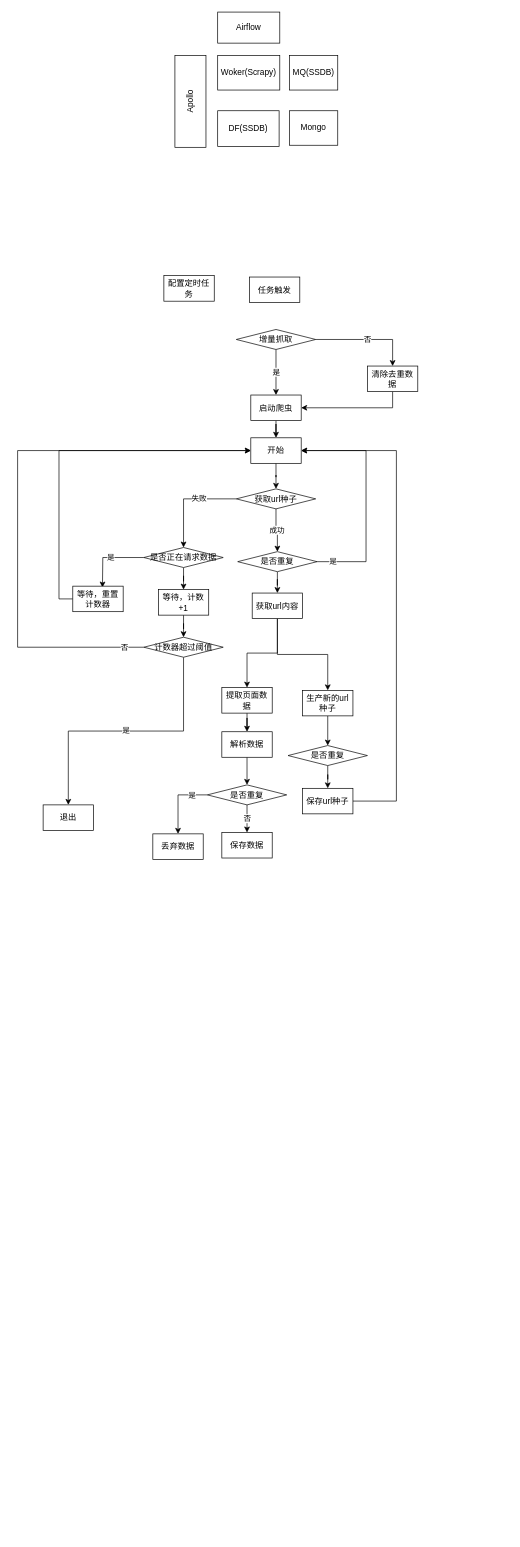
Earlier version of the draw.io diagram aaa.drawio (wiesel2/drawiorepo). Source tidied: cells renumbered, new cells numbered last; positions are measured from the earlier drawing's top-left corner, leaving out a move shared by most shapes. Both pictures are drawn from the tidied source at 69%, with x=0, y=0 at pixel (17, 12).
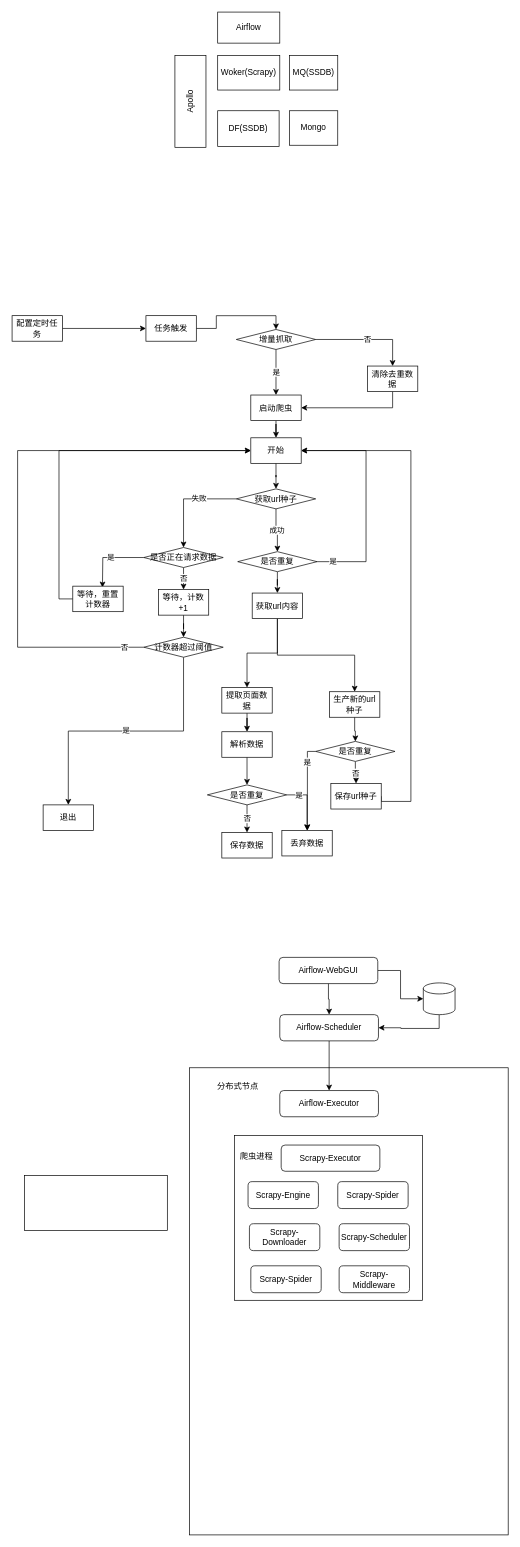
The same page after the edit.

Unchanged cells that the change refers to:
```xml
<mxCell id="12" value="增量抓取" style="rhombus;whiteSpace=wrap;html=1;" parent="1" vertex="1">
  <mxGeometry x="317" y="460" width="115" height="29" as="geometry" />
</mxCell>
<mxCell id="36" value="是否正在请求数据" style="rhombus;whiteSpace=wrap;html=1;" parent="1" vertex="1">
  <mxGeometry x="183" y="776" width="115" height="29" as="geometry" />
</mxCell>
<mxCell id="40" value="等待，计数+1" style="rounded=0;whiteSpace=wrap;html=1;" parent="1" vertex="1">
  <mxGeometry x="204" y="837" width="73" height="37" as="geometry" />
</mxCell>
<mxCell id="45" value="开始" style="rounded=0;whiteSpace=wrap;html=1;" parent="1" vertex="1">
  <mxGeometry x="338" y="617" width="73" height="37" as="geometry" />
</mxCell>
<mxCell id="53" value="是否重复" style="rhombus;whiteSpace=wrap;html=1;" parent="1" vertex="1">
  <mxGeometry x="275" y="1120" width="115" height="29" as="geometry" />
</mxCell>
```

What changed in the source:
```diff
@@
+    <mxCell id="56" style="rounded=0;whiteSpace=wrap;html=1;" parent="1" vertex="1">
+      <mxGeometry x="249" y="1530" width="462" height="677" as="geometry" />
+    </mxCell>
+    <mxCell id="57" style="rounded=0;whiteSpace=wrap;html=1;" parent="1" vertex="1">
+      <mxGeometry x="314.2" y="1628" width="272.5" height="239" as="geometry" />
+    </mxCell>
@@
+    <mxCell id="58" style="edgeStyle=orthogonalEdgeStyle;rounded=0;jettySize=auto;html=1;exitX=1;exitY=0.5;exitDx=0;exitDy=0;" parent="1" edge="1" source="8" target="9">
+      <mxGeometry relative="1" as="geometry" />
+    </mxCell>
     <mxCell id="8" value="配置定时任务" style="rounded=0;whiteSpace=wrap;html=1;" parent="1" vertex="1">
-      <mxGeometry x="212" y="382" width="73" height="37" as="geometry" />
+      <mxGeometry x="-8" y="440" width="73" height="37" as="geometry" />
     </mxCell>
+    <mxCell id="59" style="edgeStyle=orthogonalEdgeStyle;rounded=0;jettySize=auto;html=1;exitX=1;exitY=0.5;exitDx=0;exitDy=0;entryX=0.5;entryY=0;entryDx=0;entryDy=0;" parent="1" edge="1" source="9" target="12">
+      <mxGeometry relative="1" as="geometry" />
+    </mxCell>
     <mxCell id="9" value="任务触发" style="rounded=0;whiteSpace=wrap;html=1;" parent="1" vertex="1">
-      <mxGeometry x="336" y="384" width="73" height="37" as="geometry" />
+      <mxGeometry x="186" y="440" width="73" height="37" as="geometry" />
     </mxCell>
@@
     <mxCell id="27" value="生产新的url种子" style="rounded=0;whiteSpace=wrap;html=1;" parent="1" vertex="1">
-      <mxGeometry x="413" y="983" width="73" height="37" as="geometry" />
+      <mxGeometry x="452" y="985" width="73" height="37" as="geometry" />
     </mxCell>
     <mxCell id="28" style="edgeStyle=orthogonalEdgeStyle;rounded=0;jettySize=auto;html=1;exitX=1;exitY=0.5;exitDx=0;exitDy=0;entryX=1;entryY=0.5;entryDx=0;entryDy=0;" parent="1" edge="1" source="29" target="45">
       <mxGeometry relative="1" as="geometry">
         <Array as="points">
-          <mxPoint x="549" y="1144" />
-          <mxPoint x="549" y="636" />
+          <mxPoint x="527" y="1144" />
+          <mxPoint x="570" y="1144" />
+          <mxPoint x="570" y="636" />
         </Array>
       </mxGeometry>
     </mxCell>
     <mxCell id="29" value="保存url种子" style="rounded=0;whiteSpace=wrap;html=1;" parent="1" vertex="1">
-      <mxGeometry x="413" y="1125" width="73" height="37" as="geometry" />
+      <mxGeometry x="454" y="1118" width="73" height="37" as="geometry" />
     </mxCell>
@@
-    <mxCell id="35" style="edgeStyle=orthogonalEdgeStyle;rounded=0;jettySize=auto;html=1;exitX=0.5;exitY=1;exitDx=0;exitDy=0;" parent="1" edge="1" source="36" target="40">
+    <mxCell id="35" value="否" style="edgeStyle=orthogonalEdgeStyle;rounded=0;jettySize=auto;html=1;exitX=0.5;exitY=1;exitDx=0;exitDy=0;" parent="1" edge="1" source="36" target="40">
       <mxGeometry relative="1" as="geometry" />
     </mxCell>
@@
-    <mxCell id="47" style="edgeStyle=orthogonalEdgeStyle;rounded=0;jettySize=auto;html=1;exitX=0.5;exitY=1;exitDx=0;exitDy=0;" parent="1" edge="1" source="48" target="29">
+    <mxCell id="47" value="否" style="edgeStyle=orthogonalEdgeStyle;rounded=0;jettySize=auto;html=1;exitX=0.5;exitY=1;exitDx=0;exitDy=0;" parent="1" edge="1" source="48" target="29">
       <mxGeometry relative="1" as="geometry" />
     </mxCell>
+    <mxCell id="60" value="是" style="edgeStyle=orthogonalEdgeStyle;rounded=0;jettySize=auto;html=1;exitX=0;exitY=0.5;exitDx=0;exitDy=0;" parent="1" edge="1" source="48" target="55">
+      <mxGeometry x="-0.57" relative="1" as="geometry">
+        <Array as="points">
+          <mxPoint x="420" y="1072" />
+        </Array>
+      </mxGeometry>
+    </mxCell>
     <mxCell id="48" value="是否重复" style="rhombus;whiteSpace=wrap;html=1;" parent="1" vertex="1">
-      <mxGeometry x="392" y="1063" width="115" height="29" as="geometry" />
+      <mxGeometry x="432" y="1057" width="115" height="29" as="geometry" />
     </mxCell>
@@
-    <mxCell id="52" value="是" style="edgeStyle=orthogonalEdgeStyle;rounded=0;jettySize=auto;html=1;exitX=0;exitY=0.5;exitDx=0;exitDy=0;" parent="1" edge="1" source="53" target="55">
+    <mxCell id="52" value="是" style="edgeStyle=orthogonalEdgeStyle;rounded=0;jettySize=auto;html=1;exitX=1;exitY=0.5;exitDx=0;exitDy=0;" parent="1" edge="1" source="53" target="55">
       <mxGeometry x="-0.56" relative="1" as="geometry" />
     </mxCell>
@@
     <mxCell id="55" value="丢弃数据" style="rounded=0;whiteSpace=wrap;html=1;" parent="1" vertex="1">
-      <mxGeometry x="196" y="1191" width="73" height="37" as="geometry" />
+      <mxGeometry x="383" y="1186" width="73" height="37" as="geometry" />
     </mxCell>
+    <mxCell id="61" style="edgeStyle=orthogonalEdgeStyle;rounded=0;jettySize=auto;html=1;exitX=1;exitY=0.5;exitDx=0;exitDy=0;" parent="1" edge="1" source="63" target="67">
+      <mxGeometry relative="1" as="geometry" />
+    </mxCell>
+    <mxCell id="62" style="edgeStyle=orthogonalEdgeStyle;rounded=0;jettySize=auto;html=1;exitX=0.5;exitY=1;exitDx=0;exitDy=0;" parent="1" edge="1" source="63" target="65">
+      <mxGeometry relative="1" as="geometry" />
+    </mxCell>
+    <mxCell id="63" value="Airflow-WebGUI" style="rounded=1;whiteSpace=wrap;html=1;" parent="1" vertex="1">
+      <mxGeometry x="379" y="1370" width="143" height="38" as="geometry" />
+    </mxCell>
+    <mxCell id="64" style="edgeStyle=orthogonalEdgeStyle;rounded=0;jettySize=auto;html=1;exitX=0.5;exitY=1;exitDx=0;exitDy=0;" parent="1" edge="1" source="65" target="69">
+      <mxGeometry relative="1" as="geometry" />
+    </mxCell>
+    <mxCell id="65" value="Airflow-Scheduler" style="rounded=1;whiteSpace=wrap;html=1;" parent="1" vertex="1">
+      <mxGeometry x="380" y="1453" width="143" height="38" as="geometry" />
+    </mxCell>
+    <mxCell id="66" style="edgeStyle=orthogonalEdgeStyle;rounded=0;jettySize=auto;html=1;exitX=0.5;exitY=1;exitDx=0;exitDy=0;exitPerimeter=0;entryX=1;entryY=0.5;entryDx=0;entryDy=0;" parent="1" edge="1" source="67" target="65">
+      <mxGeometry relative="1" as="geometry" />
+    </mxCell>
+    <mxCell id="67" style="shape=cylinder3;whiteSpace=wrap;html=1;boundedLbl=1;backgroundOutline=1;size=8;" parent="1" vertex="1">
+      <mxGeometry x="588" y="1407" width="46" height="46" as="geometry" />
+    </mxCell>
+    <mxCell id="68" value="分布式节点" style="text;html=1;strokeColor=none;fillColor=none;align=center;verticalAlign=middle;whiteSpace=wrap;rounded=0;" parent="1" vertex="1">
+      <mxGeometry x="271" y="1543" width="97" height="27" as="geometry" />
+    </mxCell>
+    <mxCell id="69" value="Airflow-Executor" style="rounded=1;whiteSpace=wrap;html=1;" parent="1" vertex="1">
+      <mxGeometry x="380" y="1563" width="143" height="38" as="geometry" />
+    </mxCell>
+    <mxCell id="70" value="Scrapy-Executor" style="rounded=1;whiteSpace=wrap;html=1;" parent="1" vertex="1">
+      <mxGeometry x="382" y="1642" width="143" height="38" as="geometry" />
+    </mxCell>
+    <mxCell id="71" value="Scrapy-Scheduler" style="rounded=1;whiteSpace=wrap;html=1;" parent="1" vertex="1">
+      <mxGeometry x="466" y="1756" width="102" height="39" as="geometry" />
+    </mxCell>
+    <mxCell id="72" value="Scrapy-Downloader" style="rounded=1;whiteSpace=wrap;html=1;" parent="1" vertex="1">
+      <mxGeometry x="336" y="1756" width="102" height="39" as="geometry" />
+    </mxCell>
+    <mxCell id="73" value="Scrapy-Engine" style="rounded=1;whiteSpace=wrap;html=1;" parent="1" vertex="1">
+      <mxGeometry x="334" y="1695" width="102" height="39" as="geometry" />
+    </mxCell>
+    <mxCell id="74" value="Scrapy-Spider" style="rounded=1;whiteSpace=wrap;html=1;" parent="1" vertex="1">
+      <mxGeometry x="464" y="1695" width="102" height="39" as="geometry" />
+    </mxCell>
+    <mxCell id="75" value="Scrapy-Spider" style="rounded=1;whiteSpace=wrap;html=1;" parent="1" vertex="1">
+      <mxGeometry x="338" y="1817" width="102" height="39" as="geometry" />
+    </mxCell>
+    <mxCell id="76" value="Scrapy-Middleware" style="rounded=1;whiteSpace=wrap;html=1;" parent="1" vertex="1">
+      <mxGeometry x="466" y="1817" width="102" height="39" as="geometry" />
+    </mxCell>
+    <mxCell id="77" style="rounded=0;whiteSpace=wrap;html=1;" parent="1" vertex="1">
+      <mxGeometry x="10" y="1686" width="207" height="80" as="geometry" />
+    </mxCell>
+    <mxCell id="78" value="爬虫进程" style="text;html=1;strokeColor=none;fillColor=none;align=center;verticalAlign=middle;whiteSpace=wrap;rounded=0;" parent="1" vertex="1">
+      <mxGeometry x="298" y="1644" width="97" height="27" as="geometry" />
+    </mxCell>
```
